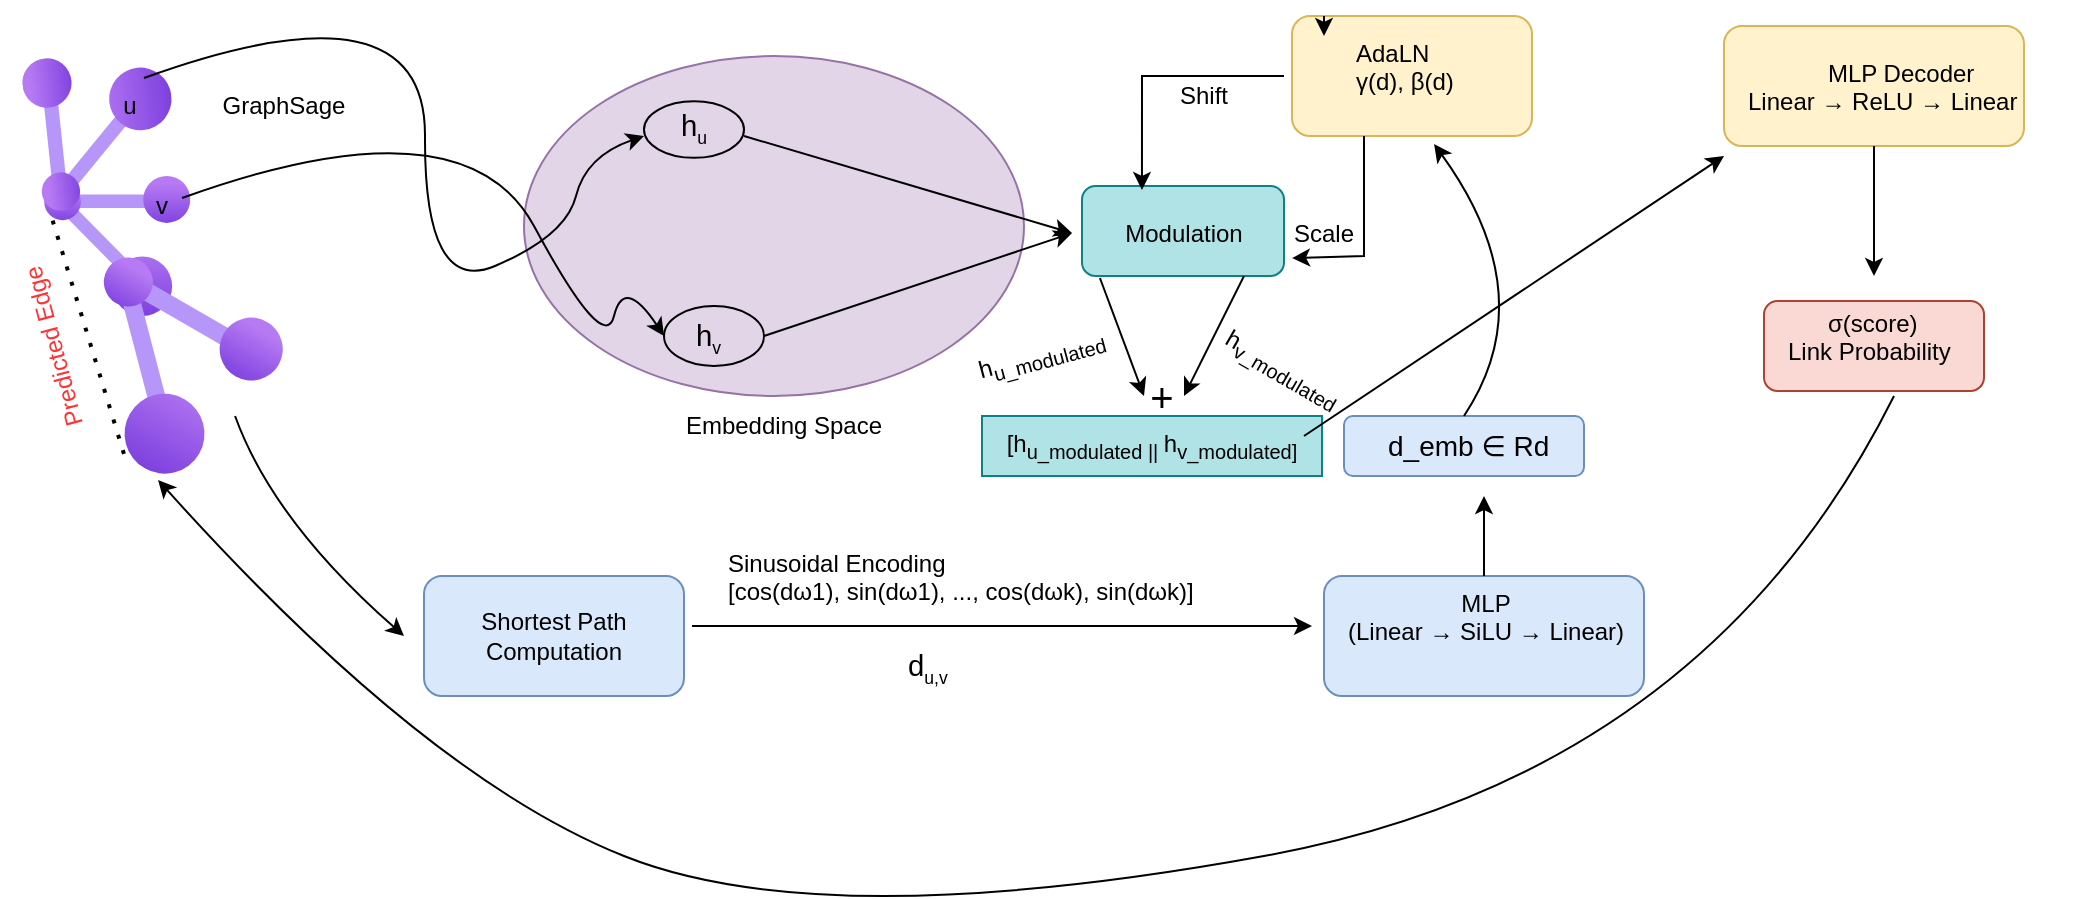
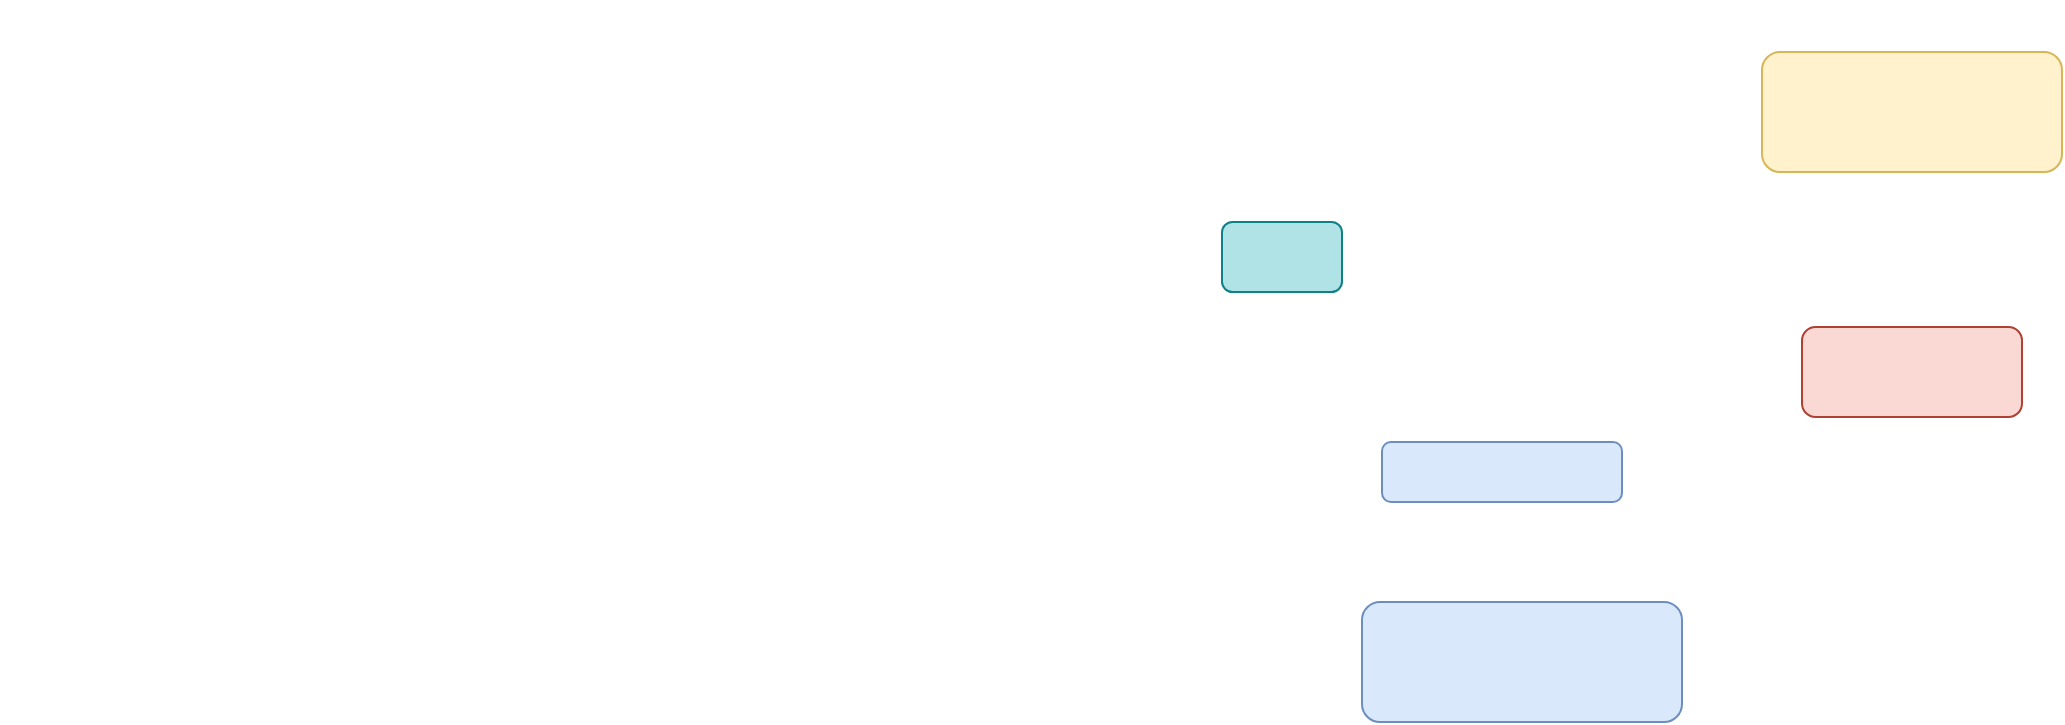
<mxfile host="app.diagrams.net" agent="Mozilla/5.0 (Macintosh; Intel Mac OS X 10_15_7) AppleWebKit/537.36 (KHTML, like Gecko) Chrome/146.0.0.0 Safari/537.36" version="29.6.2">
  <diagram name="Page-1" id="2I_H-0PCVV58CC2HBkUe">
    <mxGraphModel dx="1186" dy="676" grid="1" gridSize="10" guides="1" tooltips="1" connect="1" arrows="1" fold="1" page="1" pageScale="1" pageWidth="827" pageHeight="1169" math="0" shadow="0">
      <root>
        <mxCell id="0" />
        <mxCell id="1" parent="0" />
-         <mxCell id="0s6s7St4WRttWTEPf-7q-105" parent="1" style="rounded=1;whiteSpace=wrap;html=1;fillColor=#b0e3e6;strokeColor=#0e8088;" value="" vertex="1">
-           <mxGeometry height="45" width="101" x="559" y="105" as="geometry" />
-         </mxCell>
-         <mxCell id="0s6s7St4WRttWTEPf-7q-104" parent="1" style="rounded=1;whiteSpace=wrap;html=1;" value="" vertex="1">
-           <mxGeometry height="30" width="161" x="509" y="220" as="geometry" />
+         <mxCell id="0s6s7St4WRttWTEPf-7q-62" parent="1" style="rounded=1;whiteSpace=wrap;html=1;fillColor=#b0e3e6;strokeColor=#0e8088;" value="" vertex="1">
+           <mxGeometry height="35" width="60" x="610" y="110" as="geometry" />
        </mxCell>
        <mxCell id="0s6s7St4WRttWTEPf-7q-72" parent="1" style="rounded=1;whiteSpace=wrap;html=1;fillColor=#fad9d5;strokeColor=#ae4132;" value="" vertex="1">
          <mxGeometry height="45" width="110" x="900" y="162.5" as="geometry" />
        </mxCell>
        <mxCell id="0s6s7St4WRttWTEPf-7q-58" parent="1" style="rounded=1;whiteSpace=wrap;html=1;fillColor=#dae8fc;strokeColor=#6c8ebf;" value="" vertex="1">
          <mxGeometry height="30" width="120" x="690" y="220" as="geometry" />
        </mxCell>
        <mxCell id="0s6s7St4WRttWTEPf-7q-56" parent="1" style="rounded=1;whiteSpace=wrap;html=1;fillColor=#dae8fc;strokeColor=#6c8ebf;" value="" vertex="1">
          <mxGeometry height="60" width="160" x="680" y="300" as="geometry" />
        </mxCell>
        <mxCell id="0s6s7St4WRttWTEPf-7q-68" parent="1" style="rounded=1;whiteSpace=wrap;html=1;fillColor=#fff2cc;strokeColor=#d6b656;" value="" vertex="1">
          <mxGeometry height="60" width="150" x="880" y="25" as="geometry" />
        </mxCell>
        <mxCell id="0s6s7St4WRttWTEPf-7q-61" parent="1" style="rounded=1;whiteSpace=wrap;html=1;fillColor=#fff2cc;strokeColor=#d6b656;" value="" vertex="1">
+ <<<<<<< Updated upstream
          <mxGeometry height="60" width="120" x="664" y="20" as="geometry" />
+ =======
+           <mxGeometry height="60" width="120" x="700" y="25" as="geometry" />
+ >>>>>>> Stashed changes
        </mxCell>
        <mxCell id="0s6s7St4WRttWTEPf-7q-10" parent="1" style="image;aspect=fixed;html=1;points=[];align=center;fontSize=12;image=img/lib/azure2/management_governance/Resource_Graph_Explorer.svg;" value="" vertex="1">
          <mxGeometry height="70" width="73.28" x="40" y="100" as="geometry" />
        </mxCell>
        <mxCell id="0s6s7St4WRttWTEPf-7q-11" parent="1" style="image;aspect=fixed;html=1;points=[];align=center;fontSize=12;image=img/lib/azure2/management_governance/Resource_Graph_Explorer.svg;rotation=-96;" value="" vertex="1">
          <mxGeometry height="73.55" width="77" x="30" y="39.999999999999986" as="geometry" />
        </mxCell>
        <mxCell id="0s6s7St4WRttWTEPf-7q-13" parent="1" style="image;aspect=fixed;html=1;points=[];align=center;fontSize=12;image=img/lib/azure2/management_governance/Resource_Graph_Explorer.svg;rotation=30;" value="" vertex="1">
          <mxGeometry height="94" width="98.41" x="50" y="150" as="geometry" />
        </mxCell>
        <mxCell id="0s6s7St4WRttWTEPf-7q-18" parent="1" style="text;html=1;whiteSpace=wrap;strokeColor=none;fillColor=none;align=center;verticalAlign=middle;rounded=0;" value="u" vertex="1">
          <mxGeometry height="30" width="60" x="53.27999999999997" y="50" as="geometry" />
        </mxCell>
        <mxCell id="0s6s7St4WRttWTEPf-7q-19" parent="1" style="text;html=1;whiteSpace=wrap;strokeColor=none;fillColor=none;align=center;verticalAlign=middle;rounded=0;" value="v" vertex="1">
          <mxGeometry height="30" width="60" x="69.20000000000005" y="100" as="geometry" />
        </mxCell>
        <mxCell id="0s6s7St4WRttWTEPf-7q-20" parent="1" style="ellipse;whiteSpace=wrap;html=1;fillColor=#e1d5e7;strokeColor=#9673a6;" value="" vertex="1">
          <mxGeometry height="170" width="250" x="280" y="40" as="geometry" />
        </mxCell>
        <mxCell id="0s6s7St4WRttWTEPf-7q-21" parent="1" style="text;html=1;whiteSpace=wrap;strokeColor=none;fillColor=none;align=center;verticalAlign=middle;rounded=0;" value="&lt;span id=&quot;docs-internal-guid-f892f4b8-7fff-7d1e-4657-b88cbd22f48a&quot;&gt;&lt;p dir=&quot;ltr&quot; style=&quot;line-height:1.38;margin-top:0pt;margin-bottom:0pt;&quot;&gt;&lt;span style=&quot;font-size: 11pt; font-family: Arial, sans-serif; background-color: transparent; font-variant-numeric: normal; font-variant-east-asian: normal; font-variant-alternates: normal; font-variant-position: normal; font-variant-emoji: normal; vertical-align: baseline; white-space-collapse: preserve;&quot;&gt;h&lt;/span&gt;&lt;span style=&quot;font-size: 11pt; font-family: Arial, sans-serif; background-color: transparent; font-variant-numeric: normal; font-variant-east-asian: normal; font-variant-alternates: normal; font-variant-position: normal; font-variant-emoji: normal; vertical-align: baseline; white-space-collapse: preserve;&quot;&gt;&lt;span style=&quot;font-size:0.6em;vertical-align:sub;&quot;&gt;u&lt;/span&gt;&lt;/span&gt;&lt;/p&gt;&lt;div&gt;&lt;span style=&quot;font-size: 11pt; font-family: Arial, sans-serif; background-color: transparent; font-variant-numeric: normal; font-variant-east-asian: normal; font-variant-alternates: normal; font-variant-position: normal; font-variant-emoji: normal; vertical-align: baseline; white-space-collapse: preserve;&quot;&gt;&lt;span style=&quot;font-size:0.6em;vertical-align:sub;&quot;&gt;&lt;br&gt;&lt;/span&gt;&lt;/span&gt;&lt;/div&gt;&lt;/span&gt;" vertex="1">
          <mxGeometry height="30" width="60" x="335" y="70" as="geometry" />
        </mxCell>
        <mxCell id="0s6s7St4WRttWTEPf-7q-23" parent="1" style="text;html=1;whiteSpace=wrap;strokeColor=none;fillColor=none;align=center;verticalAlign=middle;rounded=0;" value="Embedding Space" vertex="1">
          <mxGeometry height="30" width="220" x="300" y="210" as="geometry" />
        </mxCell>
        <mxCell id="0s6s7St4WRttWTEPf-7q-24" parent="1" style="ellipse;whiteSpace=wrap;html=1;fillColor=none;" value="" vertex="1">
          <mxGeometry height="30" width="50" x="350" y="165" as="geometry" />
        </mxCell>
        <mxCell id="0s6s7St4WRttWTEPf-7q-25" parent="1" style="ellipse;whiteSpace=wrap;html=1;fillColor=none;" value="" vertex="1">
          <mxGeometry height="28.23" width="50" x="340" y="62.66000000000001" as="geometry" />
        </mxCell>
        <mxCell id="0s6s7St4WRttWTEPf-7q-14" edge="1" parent="1" source="0s6s7St4WRttWTEPf-7q-10" style="endArrow=classic;html=1;rounded=0;curved=1;exitX=0.942;exitY=0.157;exitDx=0;exitDy=0;exitPerimeter=0;" value="">
          <mxGeometry height="50" relative="1" width="50" as="geometry">
            <Array as="points">
              <mxPoint x="250" y="60" />
              <mxPoint x="320" y="190" />
              <mxPoint x="330" y="150" />
            </Array>
            <mxPoint x="140" y="120" as="sourcePoint" />
            <mxPoint x="350" y="180" as="targetPoint" />
          </mxGeometry>
        </mxCell>
        <mxCell id="0s6s7St4WRttWTEPf-7q-15" edge="1" parent="1" style="endArrow=classic;html=1;rounded=0;curved=1;exitX=0.942;exitY=0.157;exitDx=0;exitDy=0;exitPerimeter=0;" value="">
          <mxGeometry height="50" relative="1" width="50" as="geometry">
            <Array as="points">
              <mxPoint x="231" />
              <mxPoint x="230" y="160" />
              <mxPoint x="301" y="130" />
              <mxPoint x="311" y="90" />
            </Array>
            <mxPoint x="90" y="51" as="sourcePoint" />
            <mxPoint x="340" y="80" as="targetPoint" />
          </mxGeometry>
        </mxCell>
        <mxCell id="0s6s7St4WRttWTEPf-7q-27" parent="1" style="text;html=1;whiteSpace=wrap;strokeColor=none;fillColor=none;align=center;verticalAlign=middle;rounded=0;fontSize=12;" value="GraphSage" vertex="1">
          <mxGeometry height="70" width="160" x="80" y="30" as="geometry" />
        </mxCell>
        <mxCell id="0s6s7St4WRttWTEPf-7q-29" edge="1" parent="1" style="endArrow=classic;html=1;rounded=0;curved=1;" value="">
          <mxGeometry height="50" relative="1" width="50" as="geometry">
            <Array as="points">
              <mxPoint x="154.47" y="272.45" />
            </Array>
            <mxPoint x="135.53418290147872" y="219.99878460269832" as="sourcePoint" />
            <mxPoint x="220" y="330" as="targetPoint" />
          </mxGeometry>
        </mxCell>
        <mxCell id="0s6s7St4WRttWTEPf-7q-30" parent="1" style="rounded=1;whiteSpace=wrap;html=1;fillColor=#dae8fc;strokeColor=#6c8ebf;" value="Shortest Path Computation" vertex="1">
          <mxGeometry height="60" width="130" x="230" y="300" as="geometry" />
        </mxCell>
        <mxCell id="0s6s7St4WRttWTEPf-7q-34" parent="1" style="text;whiteSpace=wrap;html=1;" value="&lt;b style=&quot;font-weight:normal;&quot; id=&quot;docs-internal-guid-98a8ad24-7fff-141d-df2c-f8f7852be624&quot;&gt;&lt;span style=&quot;font-size:11pt;font-family:Arial,sans-serif;color:#000000;background-color:transparent;font-weight:400;font-style:normal;font-variant:normal;text-decoration:none;vertical-align:baseline;white-space:pre;white-space:pre-wrap;&quot;&gt;h&lt;/span&gt;&lt;span style=&quot;font-size:11pt;font-family:Arial,sans-serif;color:#000000;background-color:transparent;font-weight:400;font-style:normal;font-variant:normal;text-decoration:none;vertical-align:baseline;white-space:pre;white-space:pre-wrap;&quot;&gt;&lt;span style=&quot;font-size:0.6em;vertical-align:sub;&quot;&gt;v&lt;/span&gt;&lt;/span&gt;&lt;/b&gt;" vertex="1">
          <mxGeometry height="40" width="50" x="364" y="165" as="geometry" />
        </mxCell>
+ <<<<<<< Updated upstream
+ =======
+         <mxCell id="0s6s7St4WRttWTEPf-7q-35" edge="1" parent="1" source="0s6s7St4WRttWTEPf-7q-21" style="endArrow=classic;html=1;rounded=0;curved=0;exitX=1;exitY=0;exitDx=0;exitDy=0;" value="">
+           <mxGeometry height="50" relative="1" width="50" as="geometry">
+             <Array as="points">
+               <mxPoint x="590" y="70" />
+               <mxPoint x="590" y="100" />
+             </Array>
+             <mxPoint x="400" y="110" as="sourcePoint" />
+             <mxPoint x="590" y="120" as="targetPoint" />
+           </mxGeometry>
+         </mxCell>
+         <mxCell id="0s6s7St4WRttWTEPf-7q-36" edge="1" parent="1" style="endArrow=classic;html=1;rounded=0;curved=0;exitX=1;exitY=0;exitDx=0;exitDy=0;" value="">
+           <mxGeometry height="50" relative="1" width="50" as="geometry">
+             <Array as="points">
+               <mxPoint x="590" y="180" />
+             </Array>
+             <mxPoint x="400" y="180" as="sourcePoint" />
+             <mxPoint x="590" y="140" as="targetPoint" />
+           </mxGeometry>
+         </mxCell>
+         <mxCell id="0s6s7St4WRttWTEPf-7q-37" parent="1" style="text;html=1;whiteSpace=wrap;strokeColor=none;fillColor=none;align=center;verticalAlign=middle;rounded=0;fontSize=31;" value="+" vertex="1">
+           <mxGeometry height="50" width="40" x="570" y="100" as="geometry" />
+         </mxCell>
+         <mxCell id="0s6s7St4WRttWTEPf-7q-38" parent="1" style="ellipse;whiteSpace=wrap;html=1;fillColor=none;" value="" vertex="1">
+           <mxGeometry height="20" width="20" x="580" y="115" as="geometry" />
+         </mxCell>
+         <mxCell id="0s6s7St4WRttWTEPf-7q-47" parent="1" style="text;whiteSpace=wrap;html=1;" value="&lt;b style=&quot;font-weight:normal;&quot; id=&quot;docs-internal-guid-acb73600-7fff-5940-0036-1a6d22d793ca&quot;&gt;&lt;span style=&quot;font-size:11pt;font-family:Arial,sans-serif;color:#000000;background-color:transparent;font-weight:400;font-style:normal;font-variant:normal;text-decoration:none;vertical-align:baseline;white-space:pre;white-space:pre-wrap;&quot;&gt;[ h&lt;/span&gt;&lt;span style=&quot;font-size:11pt;font-family:Arial,sans-serif;color:#000000;background-color:transparent;font-weight:400;font-style:normal;font-variant:normal;text-decoration:none;vertical-align:baseline;white-space:pre;white-space:pre-wrap;&quot;&gt;&lt;span style=&quot;font-size:0.6em;vertical-align:sub;&quot;&gt;u &lt;/span&gt;&lt;/span&gt;&lt;span style=&quot;font-size:11pt;font-family:Arial,sans-serif;color:#000000;background-color:transparent;font-weight:400;font-style:normal;font-variant:normal;text-decoration:none;vertical-align:baseline;white-space:pre;white-space:pre-wrap;&quot;&gt;|| h&lt;/span&gt;&lt;span style=&quot;font-size:11pt;font-family:Arial,sans-serif;color:#000000;background-color:transparent;font-weight:400;font-style:normal;font-variant:normal;text-decoration:none;vertical-align:baseline;white-space:pre;white-space:pre-wrap;&quot;&gt;&lt;span style=&quot;font-size:0.6em;vertical-align:sub;&quot;&gt;v&lt;/span&gt;&lt;/span&gt;&lt;span style=&quot;font-size:11pt;font-family:Arial,sans-serif;color:#000000;background-color:transparent;font-weight:400;font-style:normal;font-variant:normal;text-decoration:none;vertical-align:baseline;white-space:pre;white-space:pre-wrap;&quot;&gt; ]&lt;/span&gt;&lt;/b&gt;" vertex="1">
+           <mxGeometry height="40" width="90" x="610" y="110" as="geometry" />
+         </mxCell>
+ >>>>>>> Stashed changes
        <mxCell id="0s6s7St4WRttWTEPf-7q-48" parent="1" style="text;whiteSpace=wrap;html=1;" value="&lt;b style=&quot;font-weight:normal;&quot; id=&quot;docs-internal-guid-23e2a754-7fff-842e-3ae3-3702d0973b9d&quot;&gt;&lt;span style=&quot;font-size:11pt;font-family:Arial,sans-serif;color:#000000;background-color:transparent;font-weight:400;font-style:normal;font-variant:normal;text-decoration:none;vertical-align:baseline;white-space:pre;white-space:pre-wrap;&quot;&gt;d&lt;/span&gt;&lt;span style=&quot;font-size:11pt;font-family:Arial,sans-serif;color:#000000;background-color:transparent;font-weight:400;font-style:normal;font-variant:normal;text-decoration:none;vertical-align:baseline;white-space:pre;white-space:pre-wrap;&quot;&gt;&lt;span style=&quot;font-size:0.6em;vertical-align:sub;&quot;&gt;u,v&lt;/span&gt;&lt;/span&gt;&lt;/b&gt;" vertex="1">
          <mxGeometry height="40" width="50" x="470" y="330" as="geometry" />
        </mxCell>
        <mxCell id="0s6s7St4WRttWTEPf-7q-49" parent="1" style="text;whiteSpace=wrap;" value="Sinusoidal Encoding&#xa;[cos(dω1), sin(dω1), ..., cos(dωk), sin(dωk)]" vertex="1">
          <mxGeometry height="50" width="270" x="380" y="280" as="geometry" />
        </mxCell>
        <mxCell id="0s6s7St4WRttWTEPf-7q-51" edge="1" parent="1" style="endArrow=classic;html=1;rounded=0;" value="">
          <mxGeometry height="50" relative="1" width="50" as="geometry">
            <mxPoint x="364" y="325" as="sourcePoint" />
            <mxPoint x="674" y="325" as="targetPoint" />
          </mxGeometry>
        </mxCell>
        <mxCell id="0s6s7St4WRttWTEPf-7q-53" parent="1" style="text;whiteSpace=wrap;" value="                 MLP&#xa;(Linear → SiLU → Linear)" vertex="1">
          <mxGeometry height="50" width="150" x="690" y="300" as="geometry" />
        </mxCell>
        <mxCell id="0s6s7St4WRttWTEPf-7q-57" parent="1" style="text;whiteSpace=wrap;fontSize=14;" value="d_emb ∈ Rd&#x9;" vertex="1">
          <mxGeometry height="40" width="100" x="710" y="220" as="geometry" />
        </mxCell>
        <mxCell id="0s6s7St4WRttWTEPf-7q-59" edge="1" parent="1" source="0s6s7St4WRttWTEPf-7q-56" style="endArrow=classic;html=1;rounded=0;" value="">
          <mxGeometry height="50" relative="1" width="50" as="geometry">
            <mxPoint x="760" y="279.28932188134524" as="sourcePoint" />
            <mxPoint x="760" y="260" as="targetPoint" />
          </mxGeometry>
        </mxCell>
        <mxCell id="0s6s7St4WRttWTEPf-7q-60" parent="1" style="text;whiteSpace=wrap;" value="AdaLN&#xa;γ(d), β(d)" vertex="1">
+ <<<<<<< Updated upstream
          <mxGeometry height="50" width="80" x="694" y="25" as="geometry" />
+ =======
+           <mxGeometry height="50" width="80" x="730" y="30" as="geometry" />
+         </mxCell>
+         <mxCell id="0s6s7St4WRttWTEPf-7q-63" edge="1" parent="1" style="endArrow=classic;html=1;rounded=0;curved=1;entryX=0;entryY=0.5;entryDx=0;entryDy=0;" target="0s6s7St4WRttWTEPf-7q-61" value="">
+           <mxGeometry height="50" relative="1" width="50" as="geometry">
+             <Array as="points">
+               <mxPoint x="650" y="60" />
+             </Array>
+             <mxPoint x="640" y="110" as="sourcePoint" />
+             <mxPoint x="690" y="60" as="targetPoint" />
+           </mxGeometry>
+ >>>>>>> Stashed changes
        </mxCell>
        <mxCell id="0s6s7St4WRttWTEPf-7q-64" edge="1" parent="1" style="endArrow=classic;html=1;rounded=0;entryX=0.592;entryY=1.067;entryDx=0;entryDy=0;entryPerimeter=0;curved=1;" target="0s6s7St4WRttWTEPf-7q-61" value="">
          <mxGeometry height="50" relative="1" width="50" as="geometry">
            <Array as="points">
              <mxPoint x="790" y="160" />
            </Array>
            <mxPoint x="750" y="220" as="sourcePoint" />
            <mxPoint x="800" y="170" as="targetPoint" />
          </mxGeometry>
        </mxCell>
+ <<<<<<< Updated upstream
        <mxCell id="0s6s7St4WRttWTEPf-7q-66" parent="1" style="text;whiteSpace=wrap;" value="            MLP Decoder&#xa;Linear → ReLU → Linear" vertex="1">
          <mxGeometry height="50" width="170" x="890" y="35" as="geometry" />
        </mxCell>
+ =======
+         <mxCell id="0s6s7St4WRttWTEPf-7q-65" parent="1" style="text;whiteSpace=wrap;" value="AdaLN(h, d) = γ(d) * LN(h) + β(d)" vertex="1">
+           <mxGeometry height="40" width="210" x="655" as="geometry" />
+         </mxCell>
+         <mxCell id="0s6s7St4WRttWTEPf-7q-66" parent="1" style="text;whiteSpace=wrap;" value="            MLP Decoder&#xa;Linear → ReLU → Linear" vertex="1">
+           <mxGeometry height="50" width="170" x="890" y="35" as="geometry" />
+         </mxCell>
+         <mxCell id="0s6s7St4WRttWTEPf-7q-69" edge="1" parent="1" source="0s6s7St4WRttWTEPf-7q-61" style="endArrow=classic;html=1;rounded=0;entryX=0;entryY=0.5;entryDx=0;entryDy=0;exitX=1;exitY=0.5;exitDx=0;exitDy=0;" target="0s6s7St4WRttWTEPf-7q-68" value="">
+           <mxGeometry height="50" relative="1" width="50" as="geometry">
+             <mxPoint x="820" y="60" as="sourcePoint" />
+             <mxPoint x="870" y="10" as="targetPoint" />
+           </mxGeometry>
+         </mxCell>
+ >>>>>>> Stashed changes
        <mxCell id="0s6s7St4WRttWTEPf-7q-71" parent="1" style="text;whiteSpace=wrap;" value="      σ(score)&#xa;Link Probability" vertex="1">
          <mxGeometry height="50" width="110" x="910" y="160" as="geometry" />
        </mxCell>
        <mxCell id="0s6s7St4WRttWTEPf-7q-73" edge="1" parent="1" source="0s6s7St4WRttWTEPf-7q-68" style="endArrow=classic;html=1;rounded=0;exitX=0.5;exitY=1;exitDx=0;exitDy=0;" value="">
          <mxGeometry height="50" relative="1" width="50" as="geometry">
            <mxPoint x="950" y="90" as="sourcePoint" />
            <mxPoint x="955" y="150" as="targetPoint" />
          </mxGeometry>
        </mxCell>
        <mxCell id="0s6s7St4WRttWTEPf-7q-76" edge="1" parent="1" source="0s6s7St4WRttWTEPf-7q-71" style="endArrow=classic;html=1;rounded=0;curved=1;entryX=0.76;entryY=1.018;entryDx=0;entryDy=0;entryPerimeter=0;exitX=0.5;exitY=1;exitDx=0;exitDy=0;" target="0s6s7St4WRttWTEPf-7q-13" value="">
          <mxGeometry height="50" relative="1" width="50" as="geometry">
            <Array as="points">
              <mxPoint x="870" y="400" />
              <mxPoint x="430" y="480" />
              <mxPoint x="230" y="400" />
            </Array>
            <mxPoint x="919.21" y="360" as="sourcePoint" />
            <mxPoint x="110.78901700851699" y="372.01604962046076" as="targetPoint" />
          </mxGeometry>
        </mxCell>
        <mxCell id="0s6s7St4WRttWTEPf-7q-77" edge="1" parent="1" source="0s6s7St4WRttWTEPf-7q-13" style="endArrow=none;dashed=1;html=1;dashPattern=1 3;strokeWidth=2;rounded=0;entryX=0.041;entryY=0.257;entryDx=0;entryDy=0;entryPerimeter=0;exitX=0.544;exitY=0.989;exitDx=0;exitDy=0;exitPerimeter=0;" target="0s6s7St4WRttWTEPf-7q-10" value="">
          <mxGeometry height="50" relative="1" width="50" as="geometry">
            <mxPoint x="50" y="250" as="sourcePoint" />
            <mxPoint x="30" y="150" as="targetPoint" />
          </mxGeometry>
        </mxCell>
        <mxCell id="0s6s7St4WRttWTEPf-7q-78" parent="1" style="text;html=1;whiteSpace=wrap;strokeColor=none;fillColor=none;align=center;verticalAlign=middle;rounded=0;rotation=-105;fontColor=#FF3333;" value="Predicted Edge" vertex="1">
          <mxGeometry height="30" width="90" y="170" as="geometry" />
        </mxCell>
+ <<<<<<< Updated upstream
        <mxCell id="0s6s7St4WRttWTEPf-7q-79" edge="1" parent="1" style="edgeStyle=orthogonalEdgeStyle;rounded=0;orthogonalLoop=1;jettySize=auto;html=1;exitX=1;exitY=0;exitDx=0;exitDy=0;entryX=1;entryY=0.25;entryDx=0;entryDy=0;">
          <mxGeometry relative="1" as="geometry">
            <mxPoint x="680" y="20" as="sourcePoint" />
            <mxPoint x="680" y="30" as="targetPoint" />
          </mxGeometry>
        </mxCell>
        <mxCell id="0s6s7St4WRttWTEPf-7q-82" parent="1" style="text;html=1;whiteSpace=wrap;strokeColor=none;fillColor=none;align=center;verticalAlign=middle;rounded=0;" value="Modulation" vertex="1">
          <mxGeometry height="30" width="60" x="580" y="113.55000000000001" as="geometry" />
        </mxCell>
        <mxCell id="0s6s7St4WRttWTEPf-7q-84" edge="1" parent="1" style="endArrow=classic;html=1;rounded=0;entryX=0;entryY=0.5;entryDx=0;entryDy=0;" value="">
          <mxGeometry height="50" relative="1" width="50" as="geometry">
            <mxPoint x="390" y="80" as="sourcePoint" />
            <mxPoint x="554" y="128.54999999999995" as="targetPoint" />
          </mxGeometry>
        </mxCell>
        <mxCell id="0s6s7St4WRttWTEPf-7q-85" edge="1" parent="1" style="endArrow=classic;html=1;rounded=0;entryX=0;entryY=0.5;entryDx=0;entryDy=0;" value="">
          <mxGeometry height="50" relative="1" width="50" as="geometry">
            <mxPoint x="400" y="180" as="sourcePoint" />
            <mxPoint x="554" y="128.54999999999995" as="targetPoint" />
          </mxGeometry>
        </mxCell>
        <mxCell id="0s6s7St4WRttWTEPf-7q-86" edge="1" parent="1" style="endArrow=classic;html=1;rounded=0;entryX=0.318;entryY=0.069;entryDx=0;entryDy=0;entryPerimeter=0;curved=0;" value="">
          <mxGeometry height="50" relative="1" width="50" as="geometry">
            <Array as="points">
              <mxPoint x="589" y="50" />
            </Array>
            <mxPoint x="660" y="50" as="sourcePoint" />
            <mxPoint x="588.98" y="107" as="targetPoint" />
          </mxGeometry>
        </mxCell>
        <mxCell id="0s6s7St4WRttWTEPf-7q-87" edge="1" parent="1" style="endArrow=classic;html=1;rounded=0;entryX=1;entryY=0.75;entryDx=0;entryDy=0;curved=0;" value="">
          <mxGeometry height="50" relative="1" width="50" as="geometry">
            <Array as="points">
              <mxPoint x="700" y="140" />
            </Array>
            <mxPoint x="700" y="80" as="sourcePoint" />
            <mxPoint x="664" y="141.04999999999995" as="targetPoint" />
          </mxGeometry>
        </mxCell>
        <mxCell id="0s6s7St4WRttWTEPf-7q-88" parent="1" style="text;html=1;whiteSpace=wrap;strokeColor=none;fillColor=none;align=center;verticalAlign=middle;rounded=0;" value="Shift" vertex="1">
          <mxGeometry height="30" width="60" x="590" y="45" as="geometry" />
        </mxCell>
        <mxCell id="0s6s7St4WRttWTEPf-7q-89" parent="1" style="text;html=1;whiteSpace=wrap;strokeColor=none;fillColor=none;align=center;verticalAlign=middle;rounded=0;" value="Scale" vertex="1">
          <mxGeometry height="30" width="60" x="650" y="113.55" as="geometry" />
        </mxCell>
        <mxCell id="0s6s7St4WRttWTEPf-7q-95" parent="1" style="text;html=1;whiteSpace=wrap;strokeColor=none;fillColor=none;align=center;verticalAlign=middle;rounded=0;rotation=-15;" value="h&lt;sub&gt;u_modulated&lt;/sub&gt;" vertex="1">
          <mxGeometry height="30" width="60" x="509" y="174.99999999999997" as="geometry" />
        </mxCell>
        <mxCell id="0s6s7St4WRttWTEPf-7q-96" parent="1" style="text;html=1;whiteSpace=wrap;strokeColor=none;fillColor=none;align=center;verticalAlign=middle;rounded=0;rotation=30;" value="h&lt;sub&gt;v_modulated&lt;/sub&gt;" vertex="1">
          <mxGeometry height="30" width="60" x="629" y="182" as="geometry" />
        </mxCell>
        <mxCell id="0s6s7St4WRttWTEPf-7q-98" edge="1" parent="1" style="endArrow=classic;html=1;rounded=0;exitX=0.127;exitY=0.949;exitDx=0;exitDy=0;exitPerimeter=0;" value="">
          <mxGeometry height="50" relative="1" width="50" as="geometry">
            <mxPoint x="567.97" y="151" as="sourcePoint" />
            <mxPoint x="590" y="210" as="targetPoint" />
          </mxGeometry>
        </mxCell>
        <mxCell id="0s6s7St4WRttWTEPf-7q-99" edge="1" parent="1" style="endArrow=classic;html=1;rounded=0;" value="">
          <mxGeometry height="50" relative="1" width="50" as="geometry">
            <mxPoint x="640" y="150" as="sourcePoint" />
            <mxPoint x="610" y="210" as="targetPoint" />
          </mxGeometry>
        </mxCell>
        <mxCell id="0s6s7St4WRttWTEPf-7q-100" parent="1" style="text;html=1;whiteSpace=wrap;strokeColor=none;fillColor=none;align=center;verticalAlign=middle;rounded=0;" value="&lt;font style=&quot;font-size: 20px;&quot;&gt;+&lt;/font&gt;" vertex="1">
          <mxGeometry height="30" width="60" x="569" y="195" as="geometry" />
        </mxCell>
        <mxCell id="0s6s7St4WRttWTEPf-7q-103" parent="1" style="text;html=1;whiteSpace=wrap;strokeColor=#0e8088;fillColor=#b0e3e6;align=center;verticalAlign=middle;rounded=0;" value="[h&lt;sub&gt;u_modulated ||&amp;nbsp;&lt;/sub&gt;h&lt;sub&gt;v_modulated]&lt;/sub&gt;" vertex="1">
          <mxGeometry height="30" width="170" x="509" y="220" as="geometry" />
        </mxCell>
        <mxCell id="0s6s7St4WRttWTEPf-7q-106" edge="1" parent="1" style="endArrow=classic;html=1;rounded=0;curved=1;" value="">
          <mxGeometry height="50" relative="1" width="50" as="geometry">
            <mxPoint x="670" y="230" as="sourcePoint" />
            <mxPoint x="880" y="90" as="targetPoint" />
          </mxGeometry>
        </mxCell>
+ =======
+ >>>>>>> Stashed changes
      </root>
    </mxGraphModel>
  </diagram>
</mxfile>
